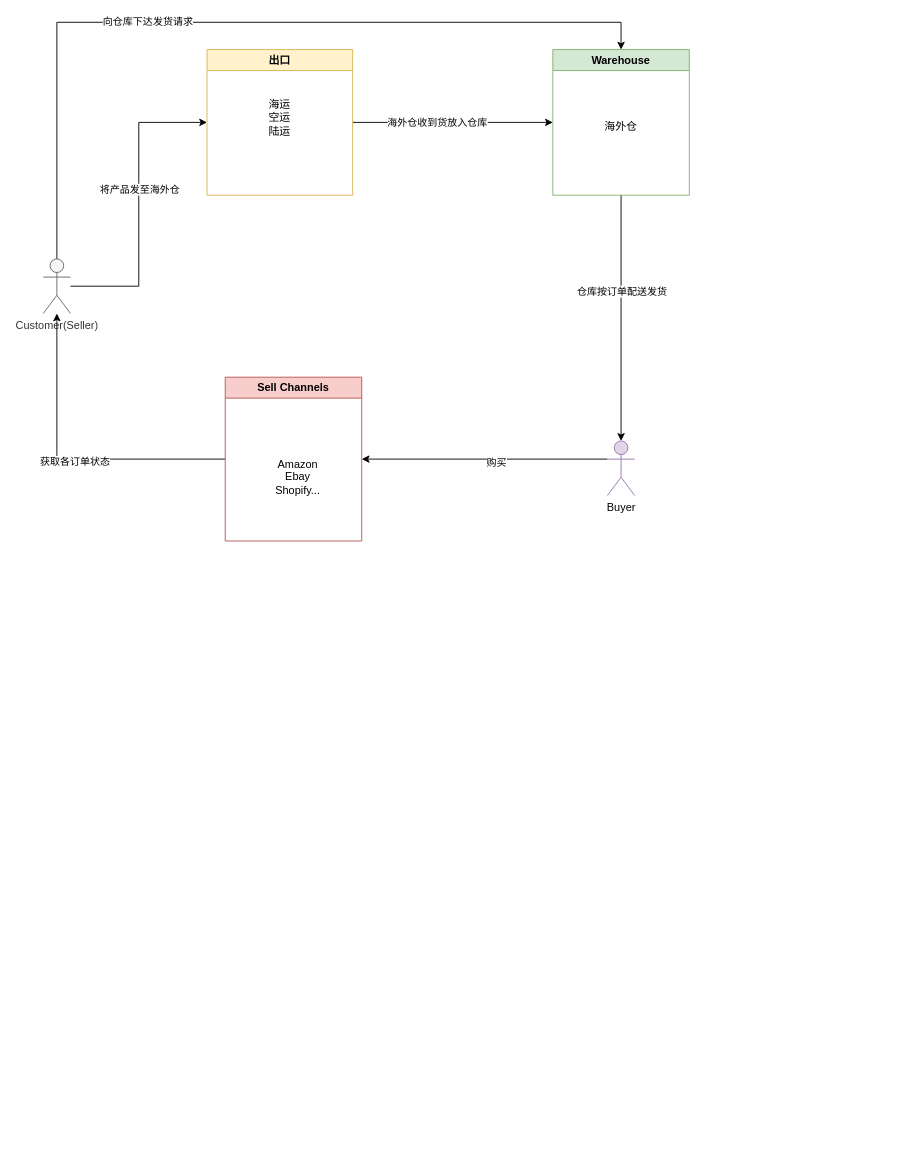
jianxiang57/jianxiang57 keeps this draw.io diagram as WMS-Inbound.drawio. Above is the earlier version. Source tidied: cells renumbered, new cells numbered last; positions are measured from the earlier drawing's top-left corner, leaving out a move shared by most shapes. Both pictures are drawn from the tidied source at 91%, with x=0, y=0 at pixel (43, 22).
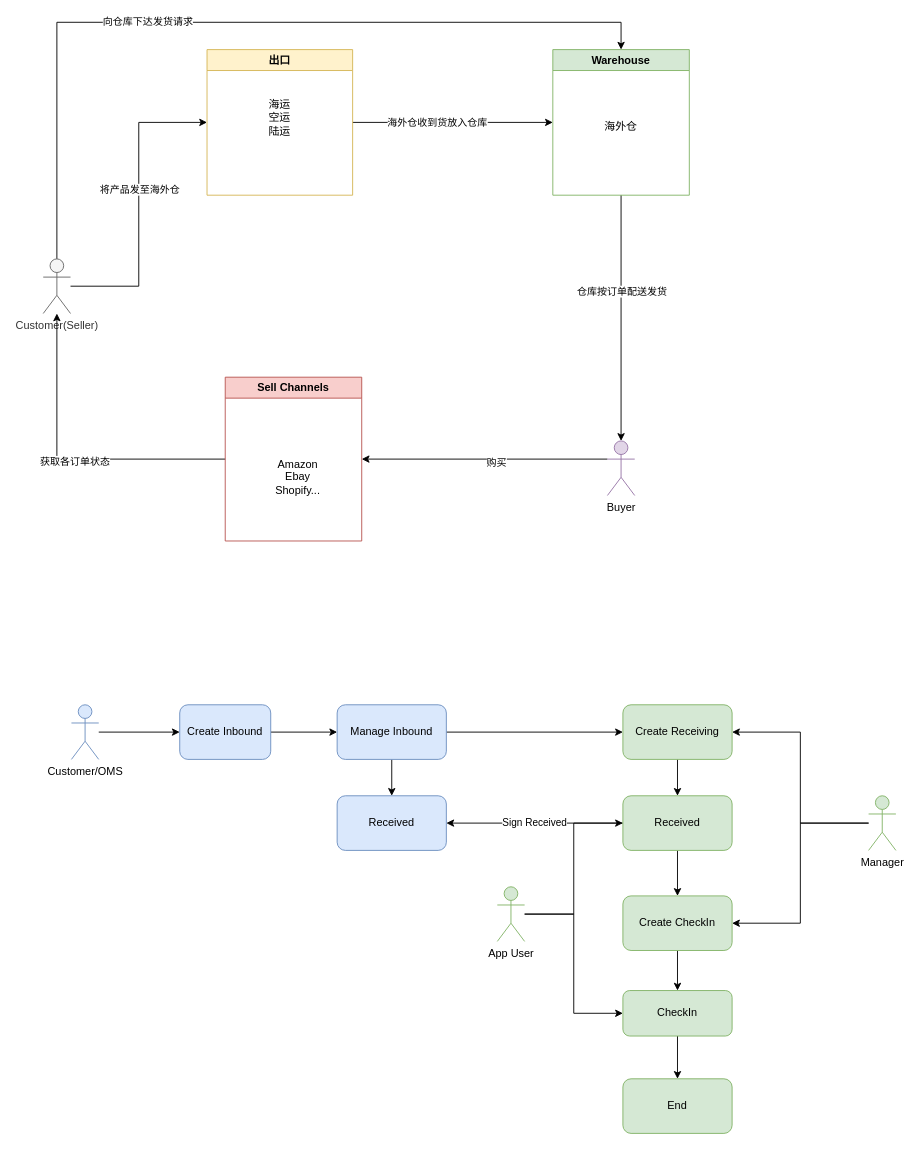
The same diagram, later.

Diff of the diagram source:
```diff
@@
+    <mxCell id="22" style="edgeStyle=orthogonalEdgeStyle;rounded=0;jettySize=auto;html=1;" parent="1" edge="1" source="23" target="25">
+      <mxGeometry relative="1" as="geometry" />
+    </mxCell>
+    <mxCell id="23" value="Customer/OMS" style="shape=umlActor;verticalLabelPosition=bottom;verticalAlign=top;html=1;outlineConnect=0;fillColor=#dae8fc;strokeColor=#6c8ebf;" parent="1" vertex="1">
+      <mxGeometry x="31" y="750" width="30" height="60" as="geometry" />
+    </mxCell>
+    <mxCell id="24" style="edgeStyle=orthogonalEdgeStyle;rounded=0;jettySize=auto;html=1;" parent="1" edge="1" source="25" target="28">
+      <mxGeometry relative="1" as="geometry" />
+    </mxCell>
+    <mxCell id="25" value="Create Inbound" style="rounded=1;whiteSpace=wrap;html=1;fillColor=#dae8fc;strokeColor=#6c8ebf;" parent="1" vertex="1">
+      <mxGeometry x="150" y="750" width="100" height="60" as="geometry" />
+    </mxCell>
+    <mxCell id="26" style="edgeStyle=orthogonalEdgeStyle;rounded=0;jettySize=auto;html=1;entryX=0;entryY=0.5;entryDx=0;entryDy=0;" parent="1" edge="1" source="28" target="30">
+      <mxGeometry relative="1" as="geometry" />
+    </mxCell>
+    <mxCell id="27" style="edgeStyle=orthogonalEdgeStyle;rounded=0;jettySize=auto;html=1;" parent="1" edge="1" source="28" target="45">
+      <mxGeometry relative="1" as="geometry" />
+    </mxCell>
+    <mxCell id="28" value="Manage Inbound" style="rounded=1;whiteSpace=wrap;html=1;fillColor=#dae8fc;strokeColor=#6c8ebf;" parent="1" vertex="1">
+      <mxGeometry x="323" y="750" width="120" height="60" as="geometry" />
+    </mxCell>
+    <mxCell id="29" style="edgeStyle=orthogonalEdgeStyle;rounded=0;jettySize=auto;html=1;" parent="1" edge="1" source="30" target="33">
+      <mxGeometry relative="1" as="geometry" />
+    </mxCell>
+    <mxCell id="30" value="Create Receiving" style="rounded=1;whiteSpace=wrap;html=1;fillColor=#d5e8d4;strokeColor=#82b366;" parent="1" vertex="1">
+      <mxGeometry x="637" y="750" width="120" height="60" as="geometry" />
+    </mxCell>
+    <mxCell id="31" style="edgeStyle=orthogonalEdgeStyle;rounded=0;jettySize=auto;html=1;entryX=0.5;entryY=0;entryDx=0;entryDy=0;" parent="1" edge="1" source="33" target="35">
+      <mxGeometry relative="1" as="geometry" />
+    </mxCell>
+    <mxCell id="32" value="Sign Received" style="edgeStyle=orthogonalEdgeStyle;rounded=0;jettySize=auto;html=1;entryX=1;entryY=0.5;entryDx=0;entryDy=0;" parent="1" edge="1" source="33" target="45">
+      <mxGeometry relative="1" as="geometry" />
+    </mxCell>
+    <mxCell id="33" value="Received" style="rounded=1;whiteSpace=wrap;html=1;fillColor=#d5e8d4;strokeColor=#82b366;" parent="1" vertex="1">
+      <mxGeometry x="637" y="850" width="120" height="60" as="geometry" />
+    </mxCell>
+    <mxCell id="34" style="edgeStyle=orthogonalEdgeStyle;rounded=0;jettySize=auto;html=1;" parent="1" edge="1" source="35" target="37">
+      <mxGeometry relative="1" as="geometry" />
+    </mxCell>
+    <mxCell id="35" value="Create CheckIn" style="rounded=1;whiteSpace=wrap;html=1;fillColor=#d5e8d4;strokeColor=#82b366;" parent="1" vertex="1">
+      <mxGeometry x="637" y="960" width="120" height="60" as="geometry" />
+    </mxCell>
+    <mxCell id="36" style="edgeStyle=orthogonalEdgeStyle;rounded=0;jettySize=auto;html=1;entryX=0.5;entryY=0;entryDx=0;entryDy=0;" parent="1" edge="1" source="37" target="38">
+      <mxGeometry relative="1" as="geometry" />
+    </mxCell>
+    <mxCell id="37" value="CheckIn" style="rounded=1;whiteSpace=wrap;html=1;fillColor=#d5e8d4;strokeColor=#82b366;" parent="1" vertex="1">
+      <mxGeometry x="637" y="1064" width="120" height="50" as="geometry" />
+    </mxCell>
+    <mxCell id="38" value="End" style="rounded=1;whiteSpace=wrap;html=1;fillColor=#d5e8d4;strokeColor=#82b366;" parent="1" vertex="1">
+      <mxGeometry x="637" y="1161" width="120" height="60" as="geometry" />
+    </mxCell>
+    <mxCell id="39" style="edgeStyle=orthogonalEdgeStyle;rounded=0;jettySize=auto;html=1;entryX=1;entryY=0.5;entryDx=0;entryDy=0;" parent="1" edge="1" source="41" target="30">
+      <mxGeometry relative="1" as="geometry" />
+    </mxCell>
+    <mxCell id="40" style="edgeStyle=orthogonalEdgeStyle;rounded=0;jettySize=auto;html=1;entryX=1;entryY=0.5;entryDx=0;entryDy=0;" parent="1" edge="1" source="41" target="35">
+      <mxGeometry relative="1" as="geometry" />
+    </mxCell>
+    <mxCell id="41" value="Manager" style="shape=umlActor;verticalLabelPosition=bottom;verticalAlign=top;html=1;outlineConnect=0;fillColor=#d5e8d4;strokeColor=#82b366;" parent="1" vertex="1">
+      <mxGeometry x="907" y="850" width="30" height="60" as="geometry" />
+    </mxCell>
+    <mxCell id="42" style="edgeStyle=orthogonalEdgeStyle;rounded=0;jettySize=auto;html=1;entryX=0;entryY=0.5;entryDx=0;entryDy=0;" parent="1" edge="1" source="44" target="33">
+      <mxGeometry relative="1" as="geometry" />
+    </mxCell>
+    <mxCell id="43" style="edgeStyle=orthogonalEdgeStyle;rounded=0;jettySize=auto;html=1;entryX=0;entryY=0.5;entryDx=0;entryDy=0;" parent="1" edge="1" source="44" target="37">
+      <mxGeometry relative="1" as="geometry" />
+    </mxCell>
+    <mxCell id="44" value="App User" style="shape=umlActor;verticalLabelPosition=bottom;verticalAlign=top;html=1;outlineConnect=0;fillColor=#d5e8d4;strokeColor=#82b366;" parent="1" vertex="1">
+      <mxGeometry x="499" y="950" width="30" height="60" as="geometry" />
+    </mxCell>
+    <mxCell id="45" value="Received" style="rounded=1;whiteSpace=wrap;html=1;fillColor=#dae8fc;strokeColor=#6c8ebf;" parent="1" vertex="1">
+      <mxGeometry x="323" y="850" width="120" height="60" as="geometry" />
+    </mxCell>
```
